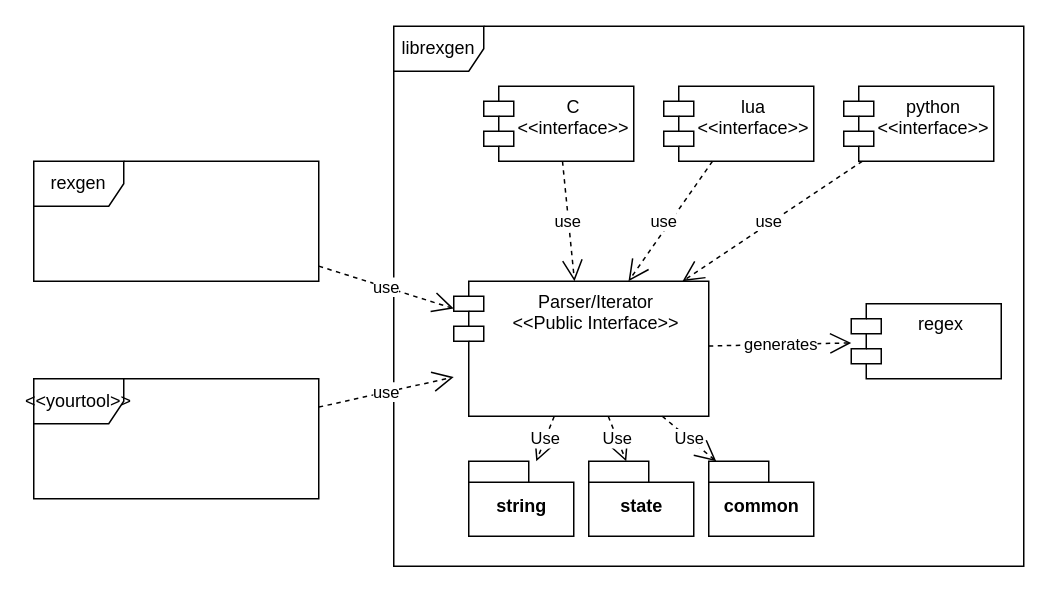
This is doc/context.drawio from janstarke/rexgen, a draw.io file, before an edit. Source tidied: cells renumbered, new cells numbered last; positions are measured from the earlier drawing's top-left corner, leaving out a move shared by most shapes. Both pictures are drawn from the tidied source at 150%, with x=0, y=0 at pixel (33, 26).
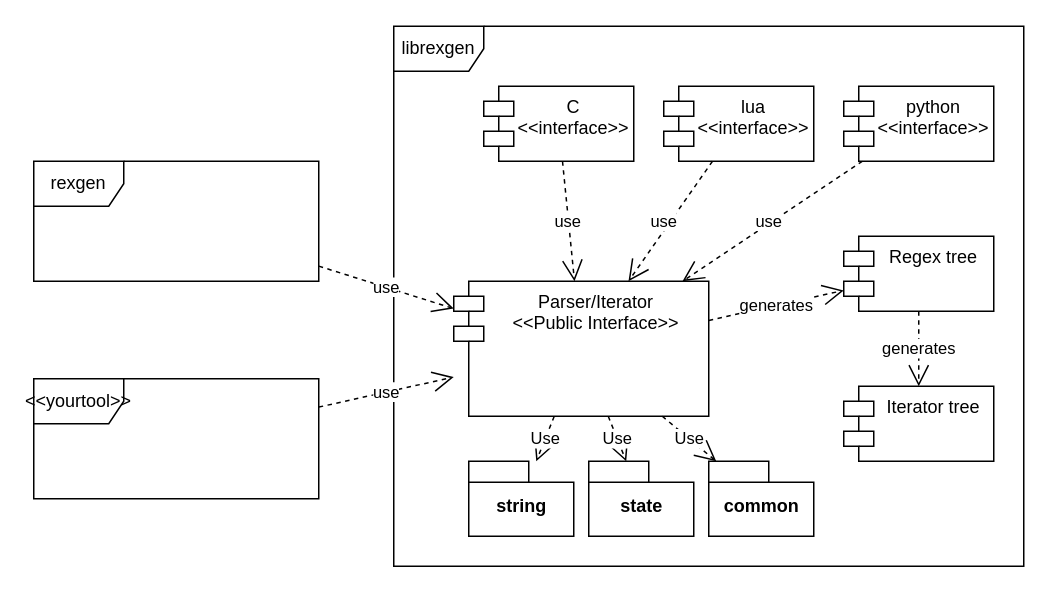
The same diagram, later.

Commit message (it also covers changes not shown here):
changed context diagram to svg

Change to the diagram source:
```diff
@@
-    <mxCell id="6" value="regex" style="shape=module;align=left;spacingLeft=20;align=center;verticalAlign=top;" parent="1" vertex="1">
-      <mxGeometry x="545" y="185" width="100" height="50" as="geometry" />
+    <mxCell id="6" value="Regex tree" style="shape=module;align=left;spacingLeft=20;align=center;verticalAlign=top;" parent="1" vertex="1">
+      <mxGeometry x="540" y="140" width="100" height="50" as="geometry" />
     </mxCell>
@@
+    <mxCell id="22" value="Iterator tree" style="shape=module;align=left;spacingLeft=20;align=center;verticalAlign=top;" parent="1" vertex="1">
+      <mxGeometry x="540" y="240" width="100" height="50" as="geometry" />
+    </mxCell>
+    <mxCell id="23" value="generates" style="endArrow=open;endSize=12;dashed=1;html=1;rounded=0;" parent="1" edge="1" source="6" target="22">
+      <mxGeometry relative="1" as="geometry" />
+    </mxCell>
```
